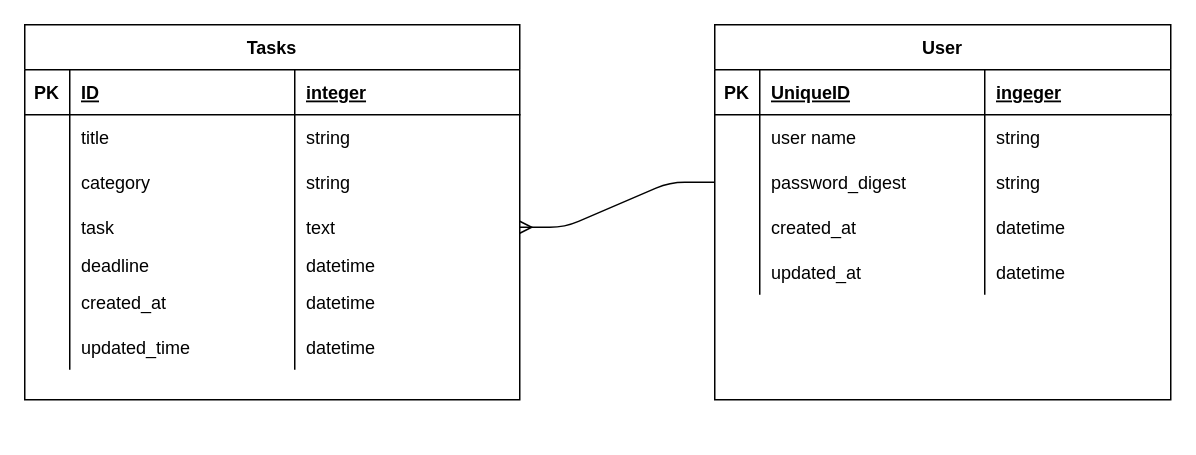
You9977/todo-app-ver2 keeps this draw.io diagram as ER-model.dio. Above is the earlier version. Source tidied: cells renumbered, new cells numbered last; positions are measured from the earlier drawing's top-left corner, leaving out a move shared by most shapes. Both pictures are drawn from the tidied source at 150%, with x=0, y=0 at pixel (24, 24).
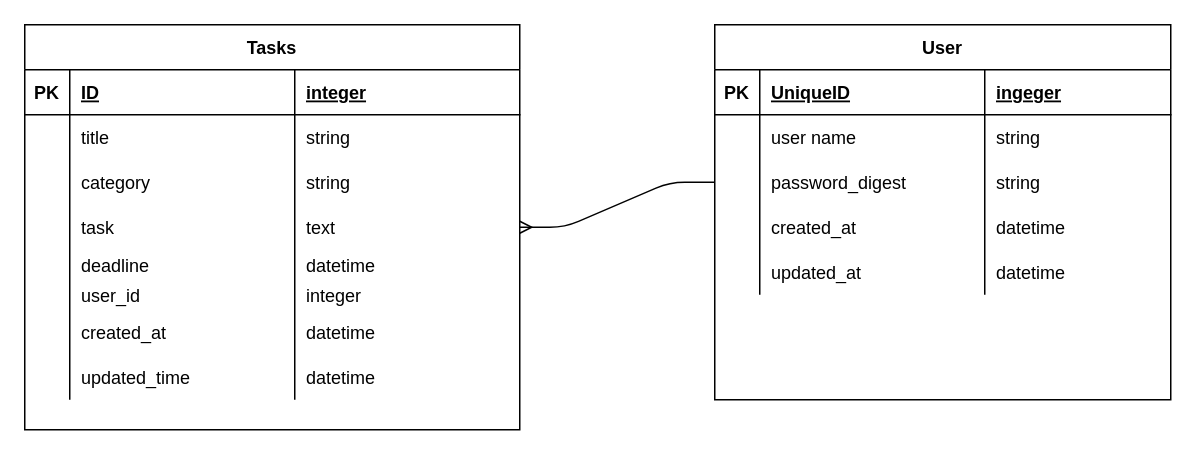
After the change.

What changed in the source:
```diff
@@
     <mxCell id="2" value="Tasks" style="shape=table;startSize=30;childLayout=tableLayout;rowLines=0;fontStyle=1;align=center;" parent="1" vertex="1">
-      <mxGeometry width="330" height="250" as="geometry" />
+      <mxGeometry width="330" height="270" as="geometry" />
     </mxCell>
@@
+    <mxCell id="53" style="shape=partialRectangle;fillColor=none;top=0;left=0;bottom=0;right=0;" parent="2" vertex="1">
+      <mxGeometry y="170" width="330" height="20" as="geometry" />
+    </mxCell>
+    <mxCell id="54" style="shape=partialRectangle;fillColor=none;top=0;left=0;bottom=0;right=0;overflow=hidden;" parent="53" vertex="1">
+      <mxGeometry width="30" height="20" as="geometry" />
+    </mxCell>
+    <mxCell id="55" value="user_id" style="shape=partialRectangle;fillColor=none;top=0;left=0;bottom=0;right=0;align=left;spacingLeft=6;overflow=hidden;" parent="53" vertex="1">
+      <mxGeometry x="30" width="150" height="20" as="geometry" />
+    </mxCell>
+    <mxCell id="56" value="integer" style="shape=partialRectangle;fillColor=none;top=0;left=0;bottom=0;right=0;align=left;spacingLeft=6;overflow=hidden;" parent="53" vertex="1">
+      <mxGeometry x="180" width="150" height="20" as="geometry" />
+    </mxCell>
     <mxCell id="23" style="shape=partialRectangle;fillColor=none;top=0;left=0;bottom=0;right=0;" parent="2" vertex="1">
-      <mxGeometry y="170" width="330" height="30" as="geometry" />
+      <mxGeometry y="190" width="330" height="30" as="geometry" />
     </mxCell>
@@
     <mxCell id="27" style="shape=partialRectangle;fillColor=none;top=0;left=0;bottom=0;right=0;" parent="2" vertex="1">
-      <mxGeometry y="200" width="330" height="30" as="geometry" />
+      <mxGeometry y="220" width="330" height="30" as="geometry" />
     </mxCell>
```
